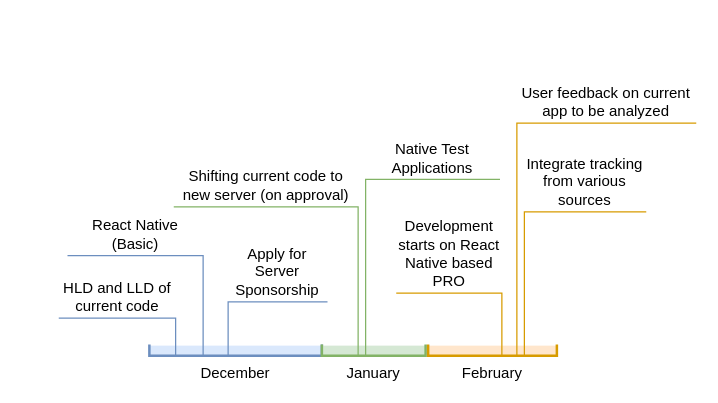
UPONLY-TECHNOLOGIES/uponly-documentation keeps this draw.io diagram as pro_timeline.drawio. Above is the earlier version. Source tidied: cells renumbered, new cells numbered last; positions are measured from the earlier drawing's top-left corner, leaving out a move shared by most shapes. Both pictures are drawn from the tidied source at 125%, with x=0, y=0 at pixel (59, 122).
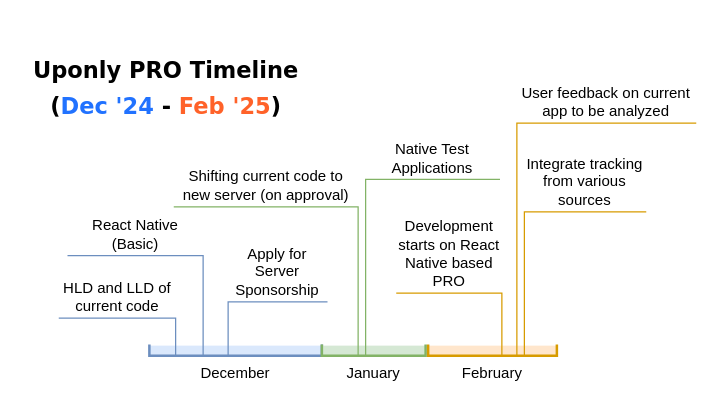
The same diagram, later.

What changed in the source:
```diff
@@
 <mxGraphModel>
   <root>
     <mxCell id="0" />
     <mxCell id="1" parent="0" />
     <mxCell id="2" value="December" style="shape=partialRectangle;whiteSpace=wrap;html=1;bottom=1;right=1;left=1;top=0;fillColor=#dae8fc;routingCenterX=-0.5;shadow=0;dashed=0;labelBackgroundColor=default;strokeColor=#6c8ebf;strokeWidth=2;fontFamily=Helvetica;fontSize=12;labelPosition=center;verticalLabelPosition=bottom;align=center;verticalAlign=top;" parent="1" vertex="1">
       <mxGeometry x="72" y="178" width="138" height="8" as="geometry" />
     </mxCell>
     <mxCell id="3" value="January" style="shape=partialRectangle;whiteSpace=wrap;html=1;bottom=1;right=1;left=1;top=0;fillColor=#d5e8d4;routingCenterX=-0.5;shadow=0;dashed=0;labelBackgroundColor=default;strokeColor=#82b366;strokeWidth=2;fontFamily=Helvetica;fontSize=12;labelPosition=center;verticalLabelPosition=bottom;align=center;verticalAlign=top;" parent="1" vertex="1">
       <mxGeometry x="210" y="178" width="83" height="8" as="geometry" />
     </mxCell>
     <mxCell id="4" value="February" style="shape=partialRectangle;whiteSpace=wrap;html=1;bottom=1;right=1;left=1;top=0;fillColor=#ffe6cc;routingCenterX=-0.5;shadow=0;dashed=0;labelBackgroundColor=default;strokeColor=#d79b00;strokeWidth=2;fontFamily=Helvetica;fontSize=12;labelPosition=center;verticalLabelPosition=bottom;align=center;verticalAlign=top;" parent="1" vertex="1">
       <mxGeometry x="295" y="178" width="103" height="8" as="geometry" />
     </mxCell>
     <mxCell id="5" value="React Native&lt;br&gt;(Basic)" style="shape=partialRectangle;whiteSpace=wrap;html=1;bottom=0;right=0;fillColor=none;direction=south;labelPosition=center;verticalLabelPosition=top;align=center;verticalAlign=bottom;strokeColor=#6c8ebf;" parent="1" vertex="1">
       <mxGeometry x="7" y="106" width="108" height="79" as="geometry" />
     </mxCell>
     <mxCell id="6" value="Shifting current code to new server (on approval)" style="shape=partialRectangle;whiteSpace=wrap;html=1;bottom=0;right=0;fillColor=none;direction=south;labelPosition=center;verticalLabelPosition=top;align=center;verticalAlign=bottom;strokeColor=#82b366;flipH=0;" parent="1" vertex="1">
       <mxGeometry x="92" y="67" width="147" height="119" as="geometry" />
     </mxCell>
     <mxCell id="7" value="Apply for Server Sponsorship" style="shape=partialRectangle;whiteSpace=wrap;html=1;bottom=0;right=0;fillColor=none;direction=south;labelPosition=center;verticalLabelPosition=top;align=center;verticalAlign=bottom;strokeColor=#6c8ebf;flipH=1;" parent="1" vertex="1">
       <mxGeometry x="135" y="143" width="79" height="42" as="geometry" />
     </mxCell>
     <mxCell id="8" value="HLD and LLD of current code" style="shape=partialRectangle;whiteSpace=wrap;html=1;bottom=0;right=0;fillColor=none;direction=south;labelPosition=center;verticalLabelPosition=top;align=center;verticalAlign=bottom;strokeColor=#6c8ebf;flipH=0;" parent="1" vertex="1">
       <mxGeometry y="156" width="93" height="29" as="geometry" />
     </mxCell>
     <mxCell id="9" value="Native Test Applications" style="shape=partialRectangle;whiteSpace=wrap;html=1;bottom=0;right=0;fillColor=none;direction=south;labelPosition=center;verticalLabelPosition=top;align=center;verticalAlign=bottom;strokeColor=#82b366;flipH=1;" parent="1" vertex="1">
       <mxGeometry x="245" y="45" width="107" height="141" as="geometry" />
     </mxCell>
     <mxCell id="10" value="User feedback on current app to be analyzed" style="shape=partialRectangle;whiteSpace=wrap;html=1;bottom=0;right=0;fillColor=none;direction=south;labelPosition=center;verticalLabelPosition=top;align=center;verticalAlign=bottom;strokeColor=#d79b00;flipH=1;" parent="1" vertex="1">
       <mxGeometry x="366" width="143" height="185" as="geometry" />
     </mxCell>
     <mxCell id="11" value="Development starts on React Native based PRO" style="shape=partialRectangle;whiteSpace=wrap;html=1;bottom=0;right=0;fillColor=none;direction=south;labelPosition=center;verticalLabelPosition=top;align=center;verticalAlign=bottom;strokeColor=#d79b00;flipH=0;" parent="1" vertex="1">
       <mxGeometry x="270" y="136" width="84" height="49" as="geometry" />
     </mxCell>
     <mxCell id="12" value="Integrate tracking from various sources" style="shape=partialRectangle;whiteSpace=wrap;html=1;bottom=0;right=0;fillColor=none;direction=south;labelPosition=center;verticalLabelPosition=top;align=center;verticalAlign=bottom;strokeColor=#d79b00;flipH=1;" parent="1" vertex="1">
       <mxGeometry x="372" y="71" width="97" height="114" as="geometry" />
     </mxCell>
+    <mxCell id="13" value="&lt;h1&gt;&lt;font style=&quot;font-size: 18px;&quot; face=&quot;Verdana&quot;&gt;Uponly PRO Timeline&lt;br&gt;(&lt;font color=&quot;#2172ff&quot;&gt;Dec '24&lt;/font&gt; - &lt;font color=&quot;#ff6229&quot;&gt;Feb '25&lt;/font&gt;)&lt;/font&gt;&lt;/h1&gt;" style="text;html=1;align=center;verticalAlign=middle;strokeColor=none;fillColor=none;" parent="1" vertex="1">
+      <mxGeometry x="-30" y="-81" width="229" height="102" as="geometry" />
+    </mxCell>
   </root>
 </mxGraphModel>
```
